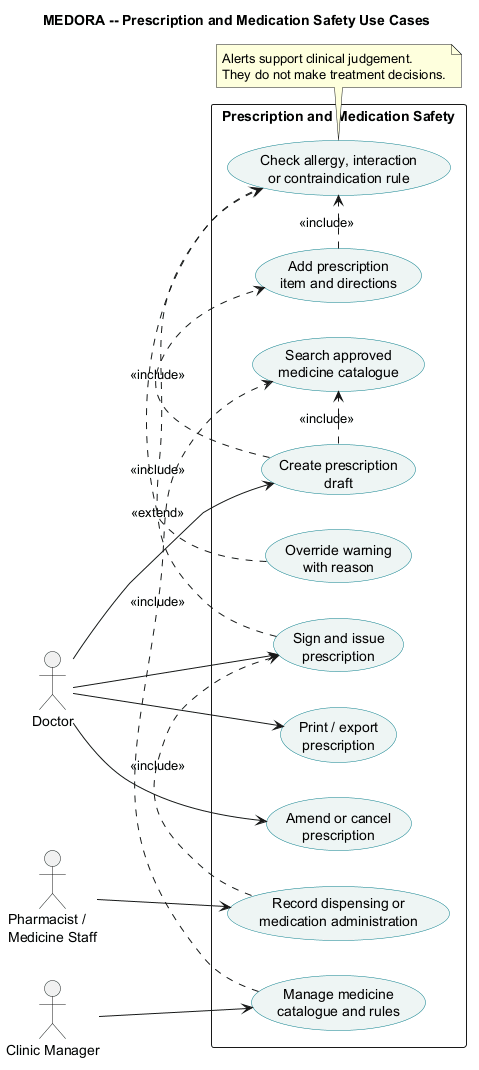
Above: doc/asset/03-system-requirements/use-case-by-function/prescription/figure/prescription-and-medication-safety.png in DucDung-1107/SysDes_2026.1_Group_08 (PlantUML), before the change. Source of this version:
```plantuml
@startuml
title MEDORA -- Prescription and Medication Safety Use Cases
left to right direction
skinparam shadowing false
skinparam packageStyle rectangle
skinparam usecase {
  BackgroundColor #EEF5F4
  BorderColor #087E8B
}

actor Doctor as doctor
actor "Pharmacist /\nMedicine Staff" as pharmacist
actor "Clinic Manager" as manager

rectangle "Prescription and Medication Safety" {
  usecase "Search approved\nmedicine catalogue" as medicine
  usecase "Create prescription\ndraft" as draft
  usecase "Add prescription\nitem and directions" as item
  usecase "Check allergy, interaction\nor contraindication rule" as warning
  usecase "Override warning\nwith reason" as override
  usecase "Sign and issue\nprescription" as issue
  usecase "Print / export\nprescription" as print
  usecase "Amend or cancel\nprescription" as amend
  usecase "Record dispensing or\nmedication administration" as administer
  usecase "Manage medicine\ncatalogue and rules" as catalogue
}

doctor --> draft
doctor --> issue
doctor --> amend
doctor --> print
pharmacist --> administer
manager --> catalogue

draft .> medicine : <<include>>
draft .> item : <<include>>
item .> warning : <<include>>
override .> warning : <<extend>>
issue .> warning : <<include>>
administer .> issue : <<include>>
catalogue .> medicine : <<include>>

note bottom of warning
  Alerts support clinical judgement.
  They do not make treatment decisions.
end note
@enduml
```
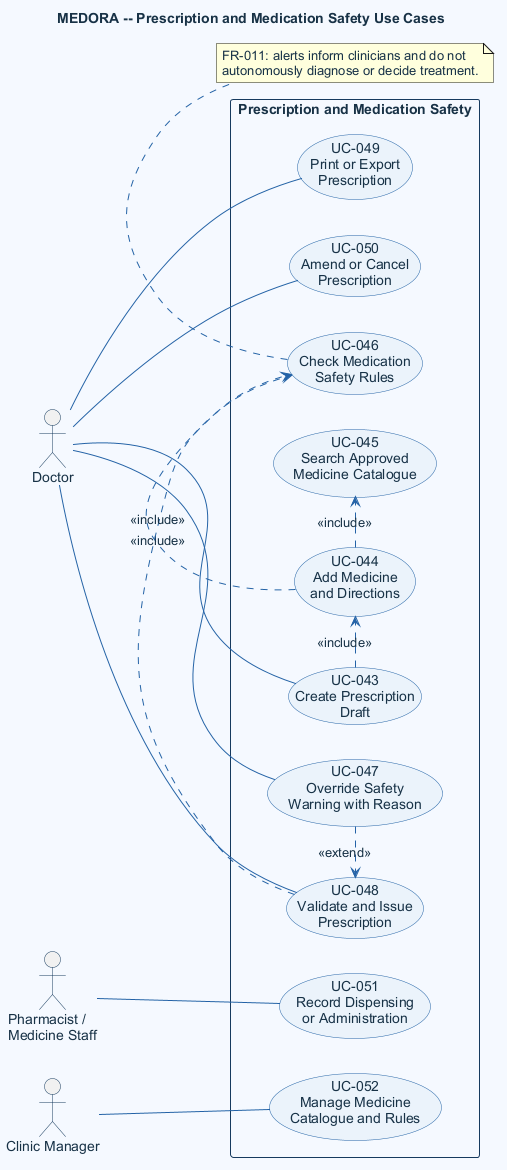
The same file after the commit.

What changed in the source:
```diff
@@ -2,46 +2,51 @@
 title MEDORA -- Prescription and Medication Safety Use Cases
 left to right direction
 skinparam shadowing false
-skinparam packageStyle rectangle
-skinparam usecase {
-  BackgroundColor #EEF5F4
-  BorderColor #087E8B
-}
+skinparam defaultFontName Arial
+skinparam defaultFontColor #183247
+skinparam backgroundColor #F5F9FE
+skinparam ArrowColor #2563A6
+skinparam UsecaseBackgroundColor #EAF3FB
+skinparam UsecaseBorderColor #2563A6
+skinparam UsecaseFontColor #183247
+skinparam ActorBorderColor #163A5F
+skinparam ActorFontColor #183247
+skinparam RectangleBackgroundColor #F5F9FE
+skinparam RectangleBorderColor #163A5F
 
 actor Doctor as doctor
 actor "Pharmacist /\nMedicine Staff" as pharmacist
 actor "Clinic Manager" as manager
 
 rectangle "Prescription and Medication Safety" {
-  usecase "Search approved\nmedicine catalogue" as medicine
-  usecase "Create prescription\ndraft" as draft
-  usecase "Add prescription\nitem and directions" as item
-  usecase "Check allergy, interaction\nor contraindication rule" as warning
-  usecase "Override warning\nwith reason" as override
-  usecase "Sign and issue\nprescription" as issue
-  usecase "Print / export\nprescription" as print
-  usecase "Amend or cancel\nprescription" as amend
-  usecase "Record dispensing or\nmedication administration" as administer
-  usecase "Manage medicine\ncatalogue and rules" as catalogue
+  usecase "UC-043\nCreate Prescription\nDraft" as draft
+  usecase "UC-044\nAdd Medicine\nand Directions" as item
+  usecase "UC-045\nSearch Approved\nMedicine Catalogue" as medicine
+  usecase "UC-046\nCheck Medication\nSafety Rules" as warning
+  usecase "UC-047\nOverride Safety\nWarning with Reason" as override
+  usecase "UC-048\nValidate and Issue\nPrescription" as issue
+  usecase "UC-049\nPrint or Export\nPrescription" as print
+  usecase "UC-050\nAmend or Cancel\nPrescription" as amend
+  usecase "UC-051\nRecord Dispensing\nor Administration" as administer
+  usecase "UC-052\nManage Medicine\nCatalogue and Rules" as catalogue
 }
 
-doctor --> draft
-doctor --> issue
-doctor --> amend
-doctor --> print
-pharmacist --> administer
-manager --> catalogue
+doctor -- draft
+doctor -- issue
+doctor -- print
+doctor -- amend
+doctor -- override
+pharmacist -- administer
+manager -- catalogue
 
-draft .> medicine : <<include>>
 draft .> item : <<include>>
+item .> medicine : <<include>>
 item .> warning : <<include>>
-override .> warning : <<extend>>
+override .> issue : <<extend>>
 issue .> warning : <<include>>
-administer .> issue : <<include>>
-catalogue .> medicine : <<include>>
 
 note bottom of warning
-  Alerts support clinical judgement.
-  They do not make treatment decisions.
+  FR-011: alerts inform clinicians and do not
+  autonomously diagnose or decide treatment.
 end note
 @enduml
```
